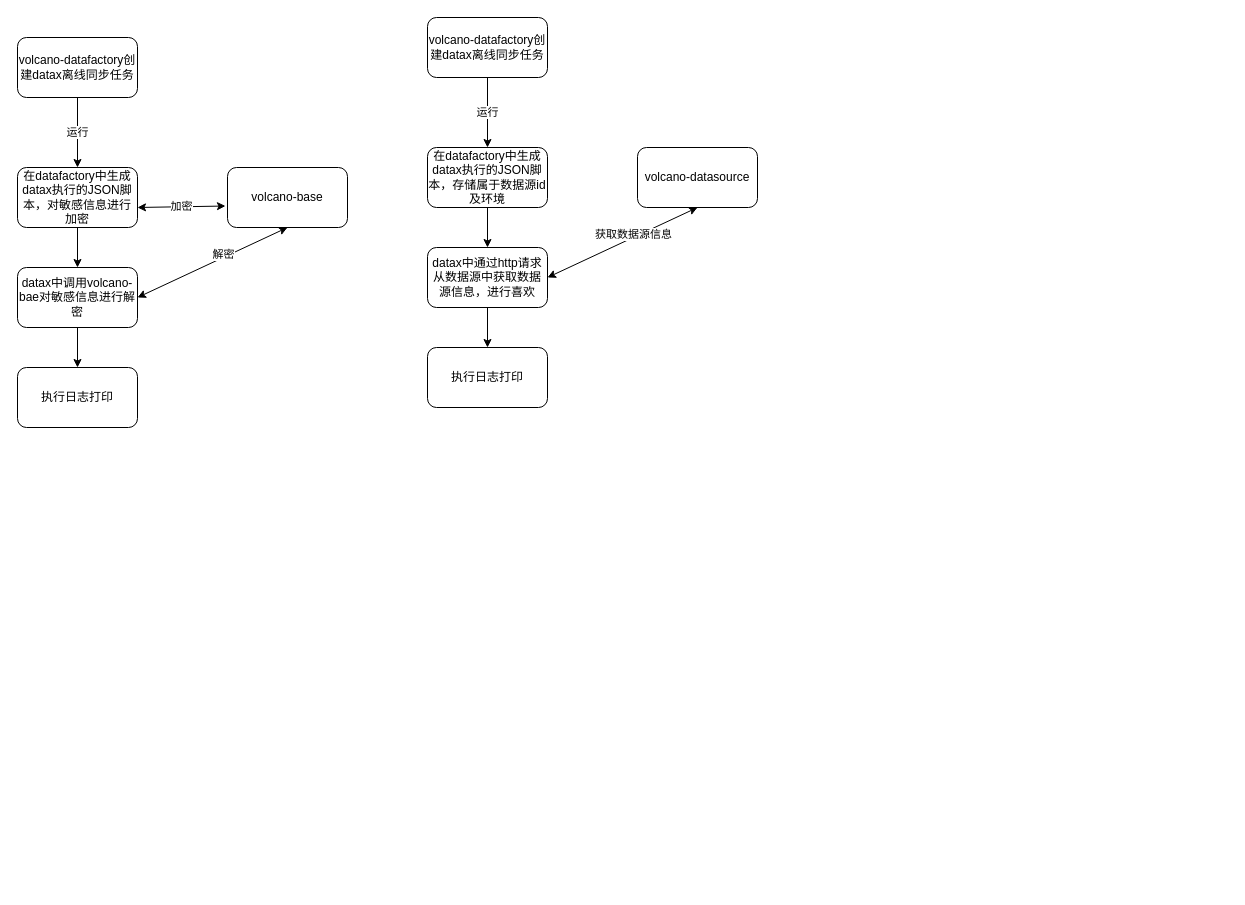
The draw.io diagram 数据集成安全问题解决.drawio in mumucgq/diagram, before the edit. Source tidied: cells renumbered, new cells numbered last; positions are measured from the earlier drawing's top-left corner, leaving out a move shared by most shapes. Both pictures are drawn from the tidied source at 100%, with x=0, y=0 at pixel (17, 17).
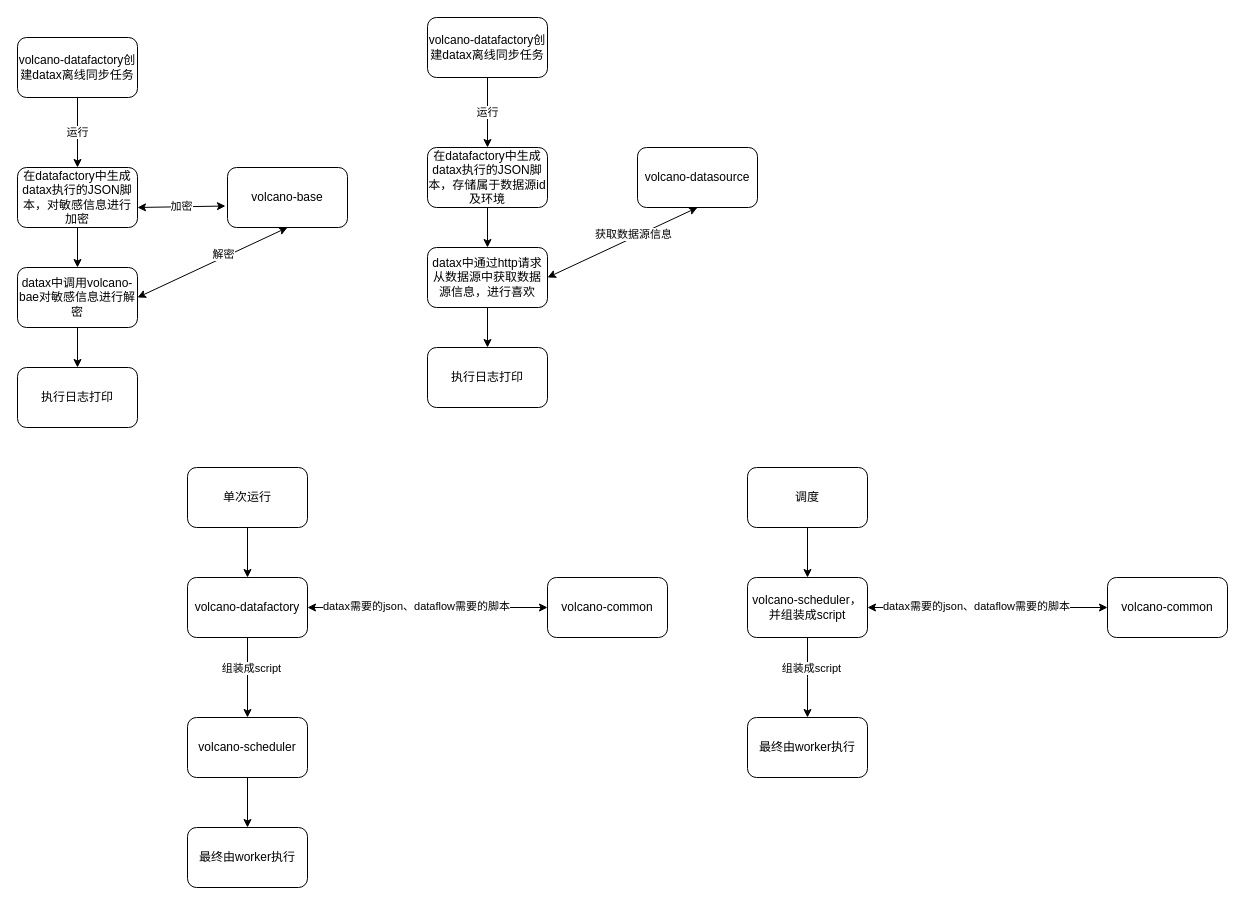
Above is the later version.

Commit message:
更新数据集成安全问题解决.drawio

What changed in the source:
```diff
@@
+    <mxCell id="23" style="edgeStyle=orthogonalEdgeStyle;rounded=0;jettySize=auto;html=1;exitX=0.5;exitY=1;exitDx=0;exitDy=0;" parent="1" edge="1" source="25" target="27">
+      <mxGeometry relative="1" as="geometry" />
+    </mxCell>
+    <mxCell id="24" value="组装成script" style="edgeLabel;html=1;align=center;verticalAlign=middle;" parent="23" vertex="1">
+      <mxGeometry x="-0.25" y="3" relative="1" as="geometry" />
+    </mxCell>
+    <mxCell id="25" value="volcano-datafactory" style="rounded=1;whiteSpace=wrap;html=1;" parent="1" vertex="1">
+      <mxGeometry x="170" y="560" width="120" height="60" as="geometry" />
+    </mxCell>
+    <mxCell id="26" style="edgeStyle=orthogonalEdgeStyle;rounded=0;jettySize=auto;html=1;exitX=0.5;exitY=1;exitDx=0;exitDy=0;" parent="1" edge="1" source="27" target="33">
+      <mxGeometry relative="1" as="geometry" />
+    </mxCell>
+    <mxCell id="27" value="volcano-scheduler" style="rounded=1;whiteSpace=wrap;html=1;" parent="1" vertex="1">
+      <mxGeometry x="170" y="700" width="120" height="60" as="geometry" />
+    </mxCell>
+    <mxCell id="28" value="volcano-common" style="rounded=1;whiteSpace=wrap;html=1;" parent="1" vertex="1">
+      <mxGeometry x="530" y="560" width="120" height="60" as="geometry" />
+    </mxCell>
+    <mxCell id="29" style="edgeStyle=orthogonalEdgeStyle;rounded=0;jettySize=auto;html=1;exitX=0.5;exitY=1;exitDx=0;exitDy=0;entryX=0.5;entryY=0;entryDx=0;entryDy=0;" parent="1" edge="1" source="30" target="25">
+      <mxGeometry relative="1" as="geometry" />
+    </mxCell>
+    <mxCell id="30" value="单次运行" style="rounded=1;whiteSpace=wrap;html=1;" parent="1" vertex="1">
+      <mxGeometry x="170" y="450" width="120" height="60" as="geometry" />
+    </mxCell>
+    <mxCell id="31" style="endArrow=classic;startArrow=classic;html=1;rounded=0;exitX=1;exitY=0.5;exitDx=0;exitDy=0;" parent="1" edge="1" source="25">
+      <mxGeometry relative="1" as="geometry">
+        <mxPoint x="530" y="590" as="targetPoint" />
+      </mxGeometry>
+    </mxCell>
+    <mxCell id="32" value="datax需要的json、dataflow需要的脚本" style="edgeLabel;html=1;align=center;verticalAlign=middle;" parent="31" vertex="1">
+      <mxGeometry x="-0.1" y="2" relative="1" as="geometry" />
+    </mxCell>
+    <mxCell id="33" value="最终由worker执行" style="rounded=1;whiteSpace=wrap;html=1;" parent="1" vertex="1">
+      <mxGeometry x="170" y="810" width="120" height="60" as="geometry" />
+    </mxCell>
+    <mxCell id="34" style="edgeStyle=orthogonalEdgeStyle;rounded=0;jettySize=auto;html=1;exitX=0.5;exitY=1;exitDx=0;exitDy=0;" parent="1" edge="1" source="36">
+      <mxGeometry relative="1" as="geometry">
+        <mxPoint x="790" y="700" as="targetPoint" />
+      </mxGeometry>
+    </mxCell>
+    <mxCell id="35" value="组装成script" style="edgeLabel;html=1;align=center;verticalAlign=middle;" parent="34" vertex="1">
+      <mxGeometry x="-0.25" y="3" relative="1" as="geometry" />
+    </mxCell>
+    <mxCell id="36" value="volcano-scheduler，并组装成script" style="rounded=1;whiteSpace=wrap;html=1;" parent="1" vertex="1">
+      <mxGeometry x="730" y="560" width="120" height="60" as="geometry" />
+    </mxCell>
+    <mxCell id="37" value="volcano-common" style="rounded=1;whiteSpace=wrap;html=1;" parent="1" vertex="1">
+      <mxGeometry x="1090" y="560" width="120" height="60" as="geometry" />
+    </mxCell>
+    <mxCell id="38" style="edgeStyle=orthogonalEdgeStyle;rounded=0;jettySize=auto;html=1;exitX=0.5;exitY=1;exitDx=0;exitDy=0;entryX=0.5;entryY=0;entryDx=0;entryDy=0;" parent="1" edge="1" source="39" target="36">
+      <mxGeometry relative="1" as="geometry" />
+    </mxCell>
+    <mxCell id="39" value="调度" style="rounded=1;whiteSpace=wrap;html=1;" parent="1" vertex="1">
+      <mxGeometry x="730" y="450" width="120" height="60" as="geometry" />
+    </mxCell>
+    <mxCell id="40" style="endArrow=classic;startArrow=classic;html=1;rounded=0;exitX=1;exitY=0.5;exitDx=0;exitDy=0;" parent="1" edge="1" source="36">
+      <mxGeometry relative="1" as="geometry">
+        <mxPoint x="1090" y="590" as="targetPoint" />
+      </mxGeometry>
+    </mxCell>
+    <mxCell id="41" value="datax需要的json、dataflow需要的脚本" style="edgeLabel;html=1;align=center;verticalAlign=middle;" parent="40" vertex="1">
+      <mxGeometry x="-0.1" y="2" relative="1" as="geometry" />
+    </mxCell>
+    <mxCell id="42" value="最终由worker执行" style="rounded=1;whiteSpace=wrap;html=1;" parent="1" vertex="1">
+      <mxGeometry x="730" y="700" width="120" height="60" as="geometry" />
+    </mxCell>
```
